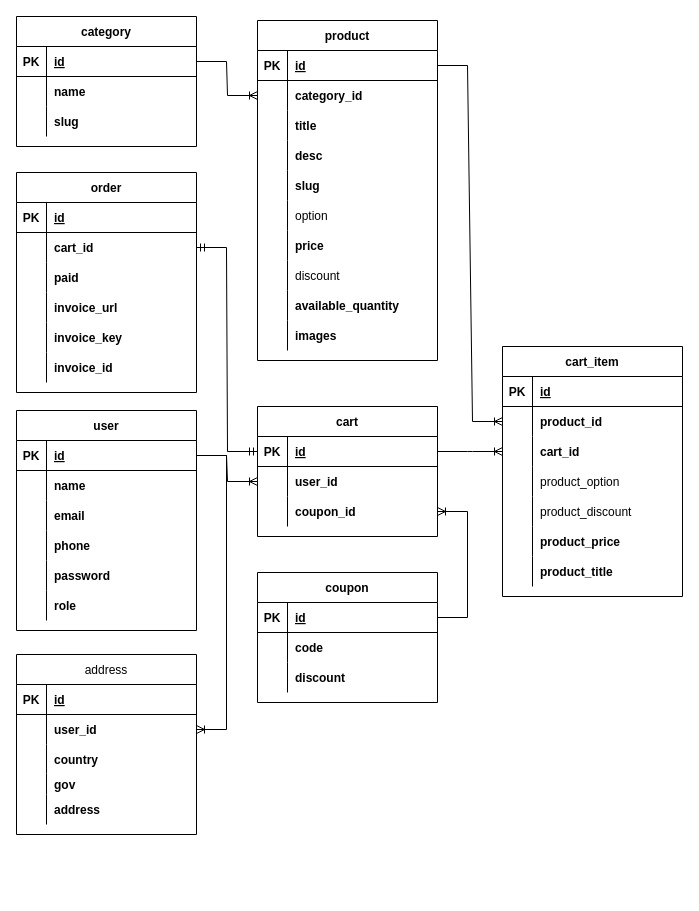
andrew-atef/andrew-atef keeps this draw.io diagram as Untitled Diagram.drawio. Above is the earlier version. Source tidied: cells renumbered, new cells numbered last; positions are measured from the earlier drawing's top-left corner, leaving out a move shared by most shapes. Both pictures are drawn from the tidied source at 100%, with x=0, y=0 at pixel (16, 16).
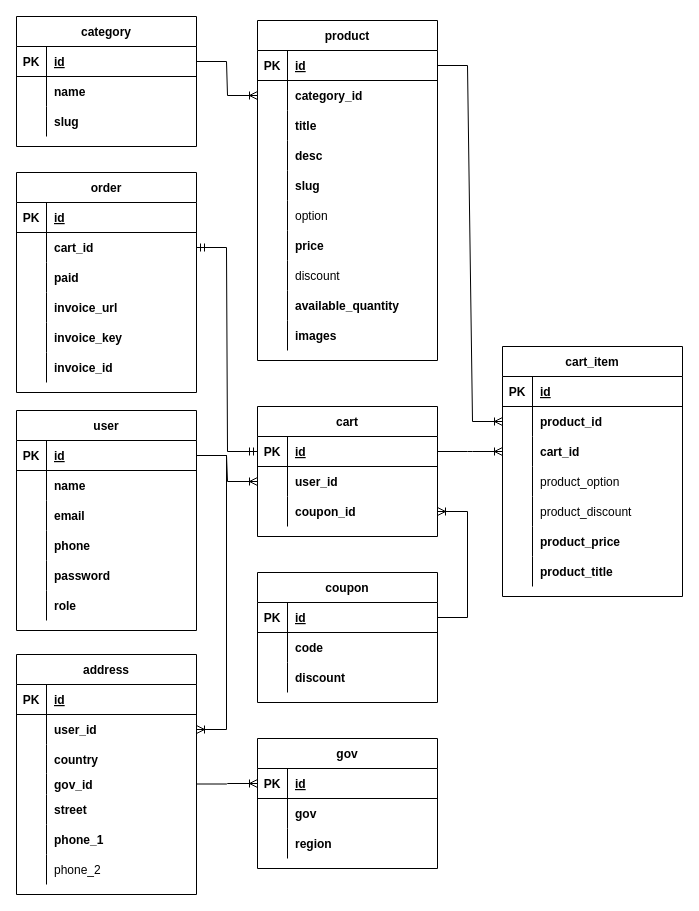
After the change.

Unchanged cells that the change refers to:
```xml
<mxCell id="31" style="shape=tableRow;horizontal=0;startSize=0;swimlaneHead=0;swimlaneBody=0;fillColor=none;points=[[0,0.5],[1,0.5]];portConstraint=eastwest;top=0;left=0;right=0;bottom=0;" parent="21" vertex="1">
  <mxGeometry y="119" width="180" height="21" as="geometry" />
</mxCell>
<mxCell id="34" style="shape=tableRow;horizontal=0;startSize=0;swimlaneHead=0;swimlaneBody=0;fillColor=none;top=0;left=0;right=0;bottom=0;" parent="21" vertex="1">
  <mxGeometry y="140" width="180" height="30" as="geometry" />
</mxCell>
```

The edit, as a diff of the source:
```diff
@@
-    <mxCell id="21" value="address" style="shape=table;startSize=30;childLayout=tableLayout;rowLines=0;fontStyle=0;align=center;" parent="1" vertex="1">
-      <mxGeometry y="638" width="180" height="180" as="geometry" />
+    <mxCell id="21" value="address" style="shape=table;startSize=30;childLayout=tableLayout;rowLines=0;fontStyle=1;align=center;" parent="1" vertex="1">
+      <mxGeometry y="638" width="180" height="240" as="geometry" />
     </mxCell>
@@
-    <mxCell id="33" value="gov" style="shape=partialRectangle;fillColor=none;top=0;left=0;bottom=0;right=0;align=left;spacingLeft=6;overflow=hidden;fontStyle=1;" parent="31" vertex="1">
+    <mxCell id="33" value="gov_id" style="shape=partialRectangle;fillColor=none;top=0;left=0;bottom=0;right=0;align=left;spacingLeft=6;overflow=hidden;fontStyle=1;" parent="31" vertex="1">
       <mxGeometry x="30" width="150" height="21" as="geometry" />
     </mxCell>
@@
-    <mxCell id="36" value="address" style="shape=partialRectangle;fillColor=none;top=0;left=0;bottom=0;right=0;align=left;spacingLeft=6;overflow=hidden;fontStyle=1;" parent="34" vertex="1">
+    <mxCell id="36" value="street" style="shape=partialRectangle;fillColor=none;top=0;left=0;bottom=0;right=0;align=left;spacingLeft=6;overflow=hidden;fontStyle=1;" parent="34" vertex="1">
       <mxGeometry x="30" width="150" height="30" as="geometry" />
     </mxCell>
+    <mxCell id="146" style="shape=tableRow;horizontal=0;startSize=0;swimlaneHead=0;swimlaneBody=0;fillColor=none;top=0;left=0;right=0;bottom=0;" parent="21" vertex="1">
+      <mxGeometry y="170" width="180" height="30" as="geometry" />
+    </mxCell>
+    <mxCell id="147" style="shape=partialRectangle;fillColor=none;top=0;left=0;bottom=0;right=0;overflow=hidden;" parent="146" vertex="1">
+      <mxGeometry width="30" height="30" as="geometry" />
+    </mxCell>
+    <mxCell id="148" value="phone_1" style="shape=partialRectangle;fillColor=none;top=0;left=0;bottom=0;right=0;align=left;spacingLeft=6;overflow=hidden;fontStyle=1;" parent="146" vertex="1">
+      <mxGeometry x="30" width="150" height="30" as="geometry" />
+    </mxCell>
+    <mxCell id="149" style="shape=tableRow;horizontal=0;startSize=0;swimlaneHead=0;swimlaneBody=0;fillColor=none;top=0;left=0;right=0;bottom=0;" parent="21" vertex="1">
+      <mxGeometry y="200" width="180" height="30" as="geometry" />
+    </mxCell>
+    <mxCell id="150" style="shape=partialRectangle;fillColor=none;top=0;left=0;bottom=0;right=0;overflow=hidden;" parent="149" vertex="1">
+      <mxGeometry width="30" height="30" as="geometry" />
+    </mxCell>
+    <mxCell id="151" value="phone_2" style="shape=partialRectangle;fillColor=none;top=0;left=0;bottom=0;right=0;align=left;spacingLeft=6;overflow=hidden;fontStyle=0;" parent="149" vertex="1">
+      <mxGeometry x="30" width="150" height="30" as="geometry" />
+    </mxCell>
@@
+    <mxCell id="152" value="gov" style="shape=table;startSize=30;childLayout=tableLayout;rowLines=0;fontStyle=1;align=center;" parent="1" vertex="1">
+      <mxGeometry x="241" y="722" width="180" height="130" as="geometry" />
+    </mxCell>
+    <mxCell id="153" style="shape=tableRow;horizontal=0;startSize=0;swimlaneHead=0;swimlaneBody=0;fillColor=none;points=[[0,0.5],[1,0.5]];portConstraint=eastwest;top=0;left=0;right=0;bottom=1;" parent="152" vertex="1">
+      <mxGeometry y="30" width="180" height="30" as="geometry" />
+    </mxCell>
+    <mxCell id="154" value="PK" style="shape=partialRectangle;fillColor=none;top=0;left=0;bottom=0;right=0;fontStyle=1;overflow=hidden;" parent="153" vertex="1">
+      <mxGeometry width="30" height="30" as="geometry" />
+    </mxCell>
+    <mxCell id="155" value="id" style="shape=partialRectangle;fillColor=none;top=0;left=0;bottom=0;right=0;align=left;spacingLeft=6;fontStyle=5;overflow=hidden;" parent="153" vertex="1">
+      <mxGeometry x="30" width="150" height="30" as="geometry" />
+    </mxCell>
+    <mxCell id="156" style="shape=tableRow;horizontal=0;startSize=0;swimlaneHead=0;swimlaneBody=0;fillColor=none;top=0;left=0;right=0;bottom=0;" parent="152" vertex="1">
+      <mxGeometry y="60" width="180" height="30" as="geometry" />
+    </mxCell>
+    <mxCell id="157" style="shape=partialRectangle;fillColor=none;top=0;left=0;bottom=0;right=0;overflow=hidden;" parent="156" vertex="1">
+      <mxGeometry width="30" height="30" as="geometry" />
+    </mxCell>
+    <mxCell id="158" value="gov" style="shape=partialRectangle;fillColor=none;top=0;left=0;bottom=0;right=0;align=left;spacingLeft=6;overflow=hidden;fontStyle=1;" parent="156" vertex="1">
+      <mxGeometry x="30" width="150" height="30" as="geometry" />
+    </mxCell>
+    <mxCell id="159" style="shape=tableRow;horizontal=0;startSize=0;swimlaneHead=0;swimlaneBody=0;fillColor=none;top=0;left=0;right=0;bottom=0;" parent="152" vertex="1">
+      <mxGeometry y="90" width="180" height="30" as="geometry" />
+    </mxCell>
+    <mxCell id="160" style="shape=partialRectangle;fillColor=none;top=0;left=0;bottom=0;right=0;overflow=hidden;" parent="159" vertex="1">
+      <mxGeometry width="30" height="30" as="geometry" />
+    </mxCell>
+    <mxCell id="161" value="region" style="shape=partialRectangle;fillColor=none;top=0;left=0;bottom=0;right=0;align=left;spacingLeft=6;overflow=hidden;fontStyle=1;" parent="159" vertex="1">
+      <mxGeometry x="30" width="150" height="30" as="geometry" />
+    </mxCell>
+    <mxCell id="162" style="edgeStyle=entityRelationEdgeStyle;fontSize=12;html=1;endArrow=ERoneToMany;rounded=0;exitX=1;exitY=0.5;exitDx=0;exitDy=0;entryX=0;entryY=0.5;entryDx=0;entryDy=0;" parent="1" edge="1" source="31" target="153">
+      <mxGeometry relative="1" as="geometry" />
+    </mxCell>
```
